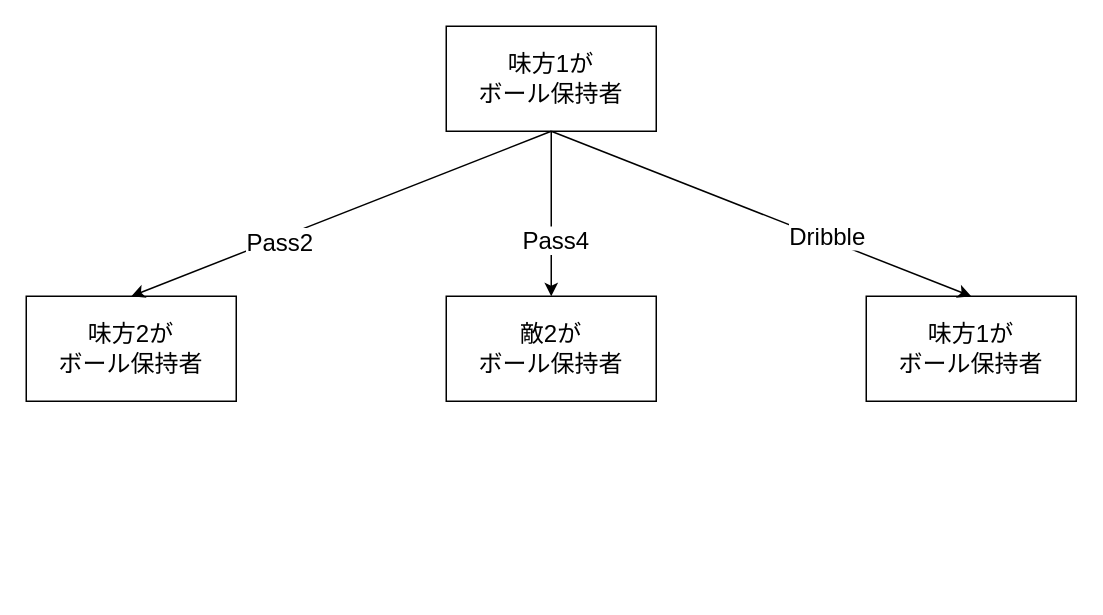
The draw.io diagram turorial_tree.drawio in SuperTikuwa/drawio, before the edit. Source tidied: cells renumbered, new cells numbered last; positions are measured from the earlier drawing's top-left corner, leaving out a move shared by most shapes. Both pictures are drawn from the tidied source at 150%, with x=0, y=0 at pixel (26, 26).
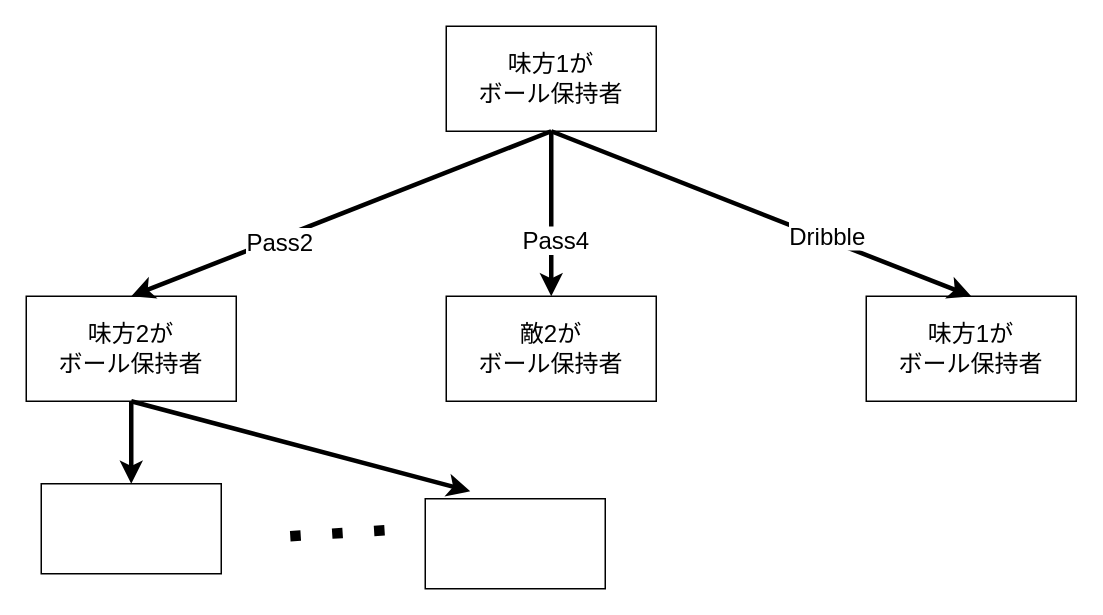
After the change.

Commit message (it also covers changes not shown here):
turorial_tree.drawio を更新します

Change to the diagram source:
```diff
@@
 <mxGraphModel>
   <root>
     <mxCell id="0" />
     <mxCell id="1" parent="0" />
     <mxCell id="2" value="&lt;font style=&quot;font-size: 16px;&quot;&gt;味方1が&lt;br&gt;ボール保持者&lt;/font&gt;" style="rounded=0;whiteSpace=wrap;html=1;" parent="1" vertex="1">
       <mxGeometry x="280" width="140" height="70" as="geometry" />
     </mxCell>
     <mxCell id="3" value="&lt;font style=&quot;font-size: 16px;&quot;&gt;味方1が&lt;br&gt;ボール保持者&lt;/font&gt;" style="rounded=0;whiteSpace=wrap;html=1;" parent="1" vertex="1">
       <mxGeometry x="560" y="180" width="140" height="70" as="geometry" />
     </mxCell>
     <mxCell id="4" value="&lt;font style=&quot;font-size: 16px;&quot;&gt;敵2が&lt;br&gt;ボール保持者&lt;/font&gt;" style="rounded=0;whiteSpace=wrap;html=1;" parent="1" vertex="1">
       <mxGeometry x="280" y="180" width="140" height="70" as="geometry" />
     </mxCell>
     <mxCell id="5" value="&lt;font style=&quot;font-size: 16px;&quot;&gt;味方2が&lt;br&gt;ボール保持者&lt;/font&gt;" style="rounded=0;whiteSpace=wrap;html=1;" parent="1" vertex="1">
       <mxGeometry y="180" width="140" height="70" as="geometry" />
     </mxCell>
-    <mxCell id="6" style="endArrow=classic;html=1;rounded=0;fontSize=16;exitX=0.5;exitY=1;exitDx=0;exitDy=0;entryX=0.5;entryY=0;entryDx=0;entryDy=0;" parent="1" edge="1" source="2" target="5">
+    <mxCell id="6" style="endArrow=classic;html=1;rounded=0;fontSize=16;exitX=0.5;exitY=1;exitDx=0;exitDy=0;entryX=0.5;entryY=0;entryDx=0;entryDy=0;strokeWidth=3;" parent="1" edge="1" source="2" target="5">
       <mxGeometry relative="1" as="geometry" />
     </mxCell>
     <mxCell id="7" value="Pass2" style="edgeLabel;html=1;align=center;verticalAlign=middle;fontSize=16;" parent="6" vertex="1">
       <mxGeometry x="0.3" y="2" relative="1" as="geometry" />
     </mxCell>
-    <mxCell id="8" style="endArrow=classic;html=1;rounded=0;fontSize=16;exitX=0.5;exitY=1;exitDx=0;exitDy=0;entryX=0.5;entryY=0;entryDx=0;entryDy=0;" parent="1" edge="1" source="2" target="4">
+    <mxCell id="8" style="endArrow=classic;html=1;rounded=0;fontSize=16;exitX=0.5;exitY=1;exitDx=0;exitDy=0;entryX=0.5;entryY=0;entryDx=0;entryDy=0;strokeWidth=3;" parent="1" edge="1" source="2" target="4">
       <mxGeometry relative="1" as="geometry" />
     </mxCell>
     <mxCell id="9" value="Pass4" style="edgeLabel;html=1;align=center;verticalAlign=middle;fontSize=16;" parent="8" vertex="1">
       <mxGeometry x="0.3" y="2" relative="1" as="geometry" />
     </mxCell>
-    <mxCell id="10" style="endArrow=classic;html=1;rounded=0;fontSize=16;entryX=0.5;entryY=0;entryDx=0;entryDy=0;" parent="1" edge="1" target="3">
+    <mxCell id="10" style="endArrow=classic;html=1;rounded=0;fontSize=16;entryX=0.5;entryY=0;entryDx=0;entryDy=0;strokeWidth=3;" parent="1" edge="1" target="3">
       <mxGeometry relative="1" as="geometry">
         <mxPoint x="350" y="70" as="sourcePoint" />
       </mxGeometry>
     </mxCell>
     <mxCell id="11" value="Dribble" style="edgeLabel;html=1;align=center;verticalAlign=middle;fontSize=16;" parent="10" vertex="1">
       <mxGeometry x="0.3" y="2" relative="1" as="geometry" />
     </mxCell>
+    <mxCell id="12" style="endArrow=classic;html=1;rounded=0;fontSize=16;exitX=0.5;exitY=1;exitDx=0;exitDy=0;strokeWidth=3;" parent="1" edge="1" source="5" target="13">
+      <mxGeometry relative="1" as="geometry" />
+    </mxCell>
+    <mxCell id="13" style="rounded=0;whiteSpace=wrap;html=1;fontSize=16;" parent="1" vertex="1">
+      <mxGeometry x="10" y="305" width="120" height="60" as="geometry" />
+    </mxCell>
+    <mxCell id="14" style="endArrow=classic;html=1;rounded=0;fontSize=16;exitX=0.5;exitY=1;exitDx=0;exitDy=0;strokeWidth=3;" parent="1" edge="1" source="5">
+      <mxGeometry relative="1" as="geometry">
+        <mxPoint x="296" y="310" as="targetPoint" />
+      </mxGeometry>
+    </mxCell>
+    <mxCell id="15" style="endArrow=none;dashed=1;html=1;dashPattern=1 3;strokeWidth=7;rounded=0;fontSize=16;" parent="1" edge="1">
+      <mxGeometry relative="1" as="geometry">
+        <mxPoint x="176" y="340" as="sourcePoint" />
+        <mxPoint x="256" y="335" as="targetPoint" />
+      </mxGeometry>
+    </mxCell>
+    <mxCell id="16" style="rounded=0;whiteSpace=wrap;html=1;fontSize=16;" parent="1" vertex="1">
+      <mxGeometry x="266" y="315" width="120" height="60" as="geometry" />
+    </mxCell>
   </root>
 </mxGraphModel>
```
